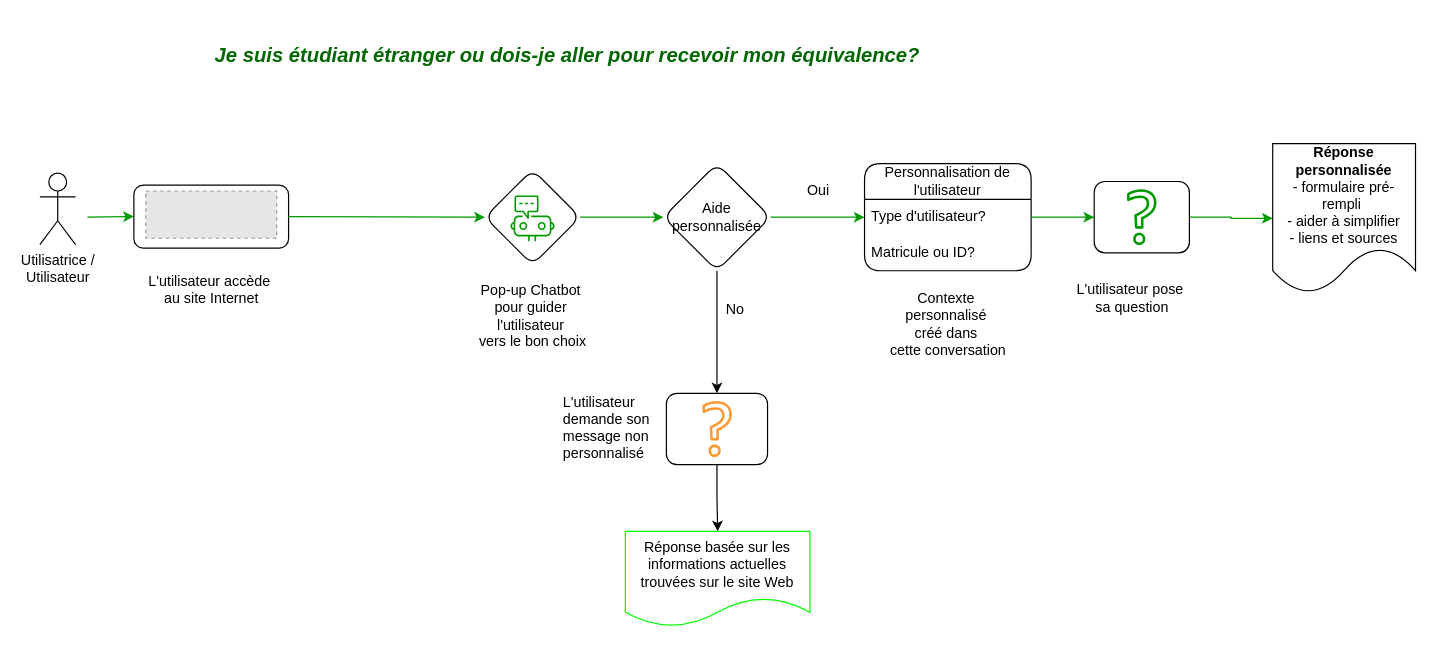
The draw.io diagram user-flow-as-is.drawio in developerforgood/hacknwow, before the edit. Source tidied: cells renumbered, new cells numbered last; positions are measured from the earlier drawing's top-left corner, leaving out a move shared by most shapes. Both pictures are drawn from the tidied source at 119%, with x=0, y=0 at pixel (39, 20). Pictures stored in the file or linked from it are replaced by grey dashed boxes.
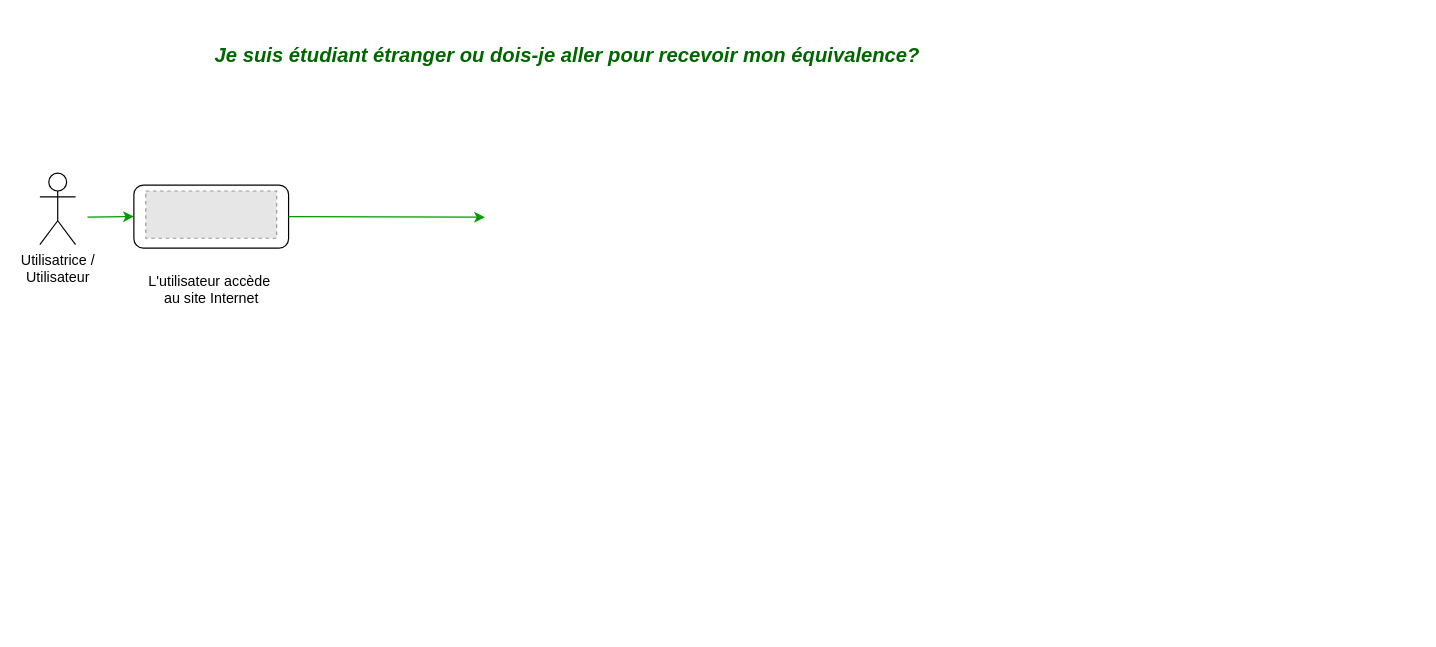
Above is the later version.

The change refers to these unchanged cells:
```xml
<mxCell id="4" value="Site Web" style="rounded=1;whiteSpace=wrap;html=1;labelBackgroundColor=none;" parent="1" vertex="1">
  <mxGeometry x="79" y="138" width="130" height="53" as="geometry" />
</mxCell>
```

Diff of the diagram source:
```diff
@@
-    <mxCell id="7" style="rhombus;whiteSpace=wrap;html=1;rounded=1;labelBackgroundColor=none;" parent="1" vertex="1">
-      <mxGeometry x="374" y="125" width="80" height="80" as="geometry" />
-    </mxCell>
-    <mxCell id="8" style="endArrow=classic;html=1;rounded=0;exitX=1;exitY=0.5;exitDx=0;exitDy=0;entryX=0;entryY=0.5;entryDx=0;entryDy=0;flowAnimation=1;labelBackgroundColor=none;fontColor=default;strokeColor=#009900;" parent="1" edge="1" source="4" target="7">
-      <mxGeometry relative="1" as="geometry" />
+    <mxCell id="8" style="endArrow=classic;html=1;rounded=0;exitX=1;exitY=0.5;exitDx=0;exitDy=0;entryX=0;entryY=0.5;entryDx=0;entryDy=0;flowAnimation=1;labelBackgroundColor=none;fontColor=default;strokeColor=#009900;" parent="1" edge="1" source="4">
+      <mxGeometry relative="1" as="geometry">
+        <mxPoint x="374" y="165" as="targetPoint" />
+      </mxGeometry>
     </mxCell>
-    <mxCell id="9" style="sketch=0;fillColor=none;dashed=0;verticalLabelPosition=bottom;verticalAlign=top;align=center;html=1;fontSize=12;fontStyle=0;shape=mxgraph.aws4.resourceIcon;resIcon=mxgraph.aws4.chatbot;labelBackgroundColor=none;strokeColor=#009900;" parent="1" vertex="1">
-      <mxGeometry x="390" y="142" width="48" height="48" as="geometry" />
-    </mxCell>
-    <mxCell id="10" style="edgeStyle=orthogonalEdgeStyle;rounded=0;jettySize=auto;html=1;exitX=0.5;exitY=1;exitDx=0;exitDy=0;flowAnimation=1;" parent="1" edge="1" source="24" target="22">
-      <mxGeometry relative="1" as="geometry" />
-    </mxCell>
-    <mxCell id="11" value="Pop-up Chatbot&amp;nbsp;&lt;div&gt;pour guider&amp;nbsp;&lt;div&gt;l'utilisateur&amp;nbsp;&lt;/div&gt;&lt;div&gt;vers le bon choix&lt;/div&gt;&lt;/div&gt;" style="text;html=1;align=center;verticalAlign=middle;strokeColor=none;fillColor=none;" parent="1" vertex="1">
-      <mxGeometry x="359" y="213" width="110" height="70" as="geometry" />
-    </mxCell>
-    <mxCell id="12" value="Personnalisation de l'utilisateur" style="swimlane;fontStyle=0;horizontal=1;startSize=30;whiteSpace=wrap;html=1;rounded=1;" parent="1" vertex="1">
-      <mxGeometry x="693" y="120" width="140" height="90" as="geometry" />
-    </mxCell>
-    <mxCell id="13" value="Type d'utilisateur?" style="text;strokeColor=none;fillColor=none;align=left;verticalAlign=middle;spacingLeft=4;spacingRight=4;overflow=hidden;points=[[0,0.5],[1,0.5]];portConstraint=eastwest;whiteSpace=wrap;html=1;" parent="12" vertex="1">
-      <mxGeometry y="30" width="140" height="30" as="geometry" />
-    </mxCell>
-    <mxCell id="14" value="Matricule ou ID?" style="text;strokeColor=none;fillColor=none;align=left;verticalAlign=middle;spacingLeft=4;spacingRight=4;overflow=hidden;whiteSpace=wrap;html=1;" parent="12" vertex="1">
-      <mxGeometry y="60" width="140" height="30" as="geometry" />
-    </mxCell>
-    <mxCell id="15" style="endArrow=classic;html=1;rounded=0;entryX=0;entryY=0.5;entryDx=0;entryDy=0;flowAnimation=1;exitX=1;exitY=0.5;exitDx=0;exitDy=0;strokeColor=#009900;" parent="1" edge="1" source="24" target="13">
-      <mxGeometry relative="1" as="geometry" />
-    </mxCell>
-    <mxCell id="16" value="Contexte&amp;nbsp;&lt;div&gt;personnalisé&amp;nbsp;&lt;div&gt;créé dans&amp;nbsp;&lt;/div&gt;&lt;div&gt;&lt;span style=&quot;background-color: initial;&quot;&gt;cette conversation&lt;/span&gt;&lt;/div&gt;&lt;/div&gt;" style="text;html=1;align=center;verticalAlign=middle;strokeColor=none;fillColor=none;" parent="1" vertex="1">
-      <mxGeometry x="703" y="220" width="120" height="70" as="geometry" />
-    </mxCell>
-    <mxCell id="17" style="endArrow=classic;html=1;rounded=0;flowAnimation=1;entryX=0;entryY=0.5;entryDx=0;entryDy=0;strokeColor=#009900;exitX=1;exitY=0.5;exitDx=0;exitDy=0;" parent="1" edge="1" source="13" target="19">
-      <mxGeometry relative="1" as="geometry" />
-    </mxCell>
-    <mxCell id="18" style="edgeStyle=orthogonalEdgeStyle;rounded=0;jettySize=auto;html=1;flowAnimation=1;strokeColor=#009900;" parent="1" edge="1" source="19" target="29">
-      <mxGeometry relative="1" as="geometry" />
-    </mxCell>
-    <mxCell id="19" style="rounded=1;whiteSpace=wrap;html=1;" parent="1" vertex="1">
-      <mxGeometry x="886" y="135" width="80" height="60" as="geometry" />
-    </mxCell>
-    <mxCell id="20" style="sketch=0;fontColor=#232F3E;gradientColor=none;fillColor=#009900;strokeColor=none;dashed=0;verticalLabelPosition=bottom;verticalAlign=top;align=center;html=1;fontSize=12;fontStyle=0;shape=mxgraph.aws4.question;" parent="1" vertex="1">
-      <mxGeometry x="913.6" y="141.5" width="24.7" height="47" as="geometry" />
-    </mxCell>
-    <mxCell id="21" style="edgeStyle=orthogonalEdgeStyle;rounded=0;jettySize=auto;html=1;flowAnimation=1;" parent="1" edge="1" source="22" target="30">
-      <mxGeometry relative="1" as="geometry" />
-    </mxCell>
-    <mxCell id="22" style="whiteSpace=wrap;html=1;rounded=1;" parent="1" vertex="1">
-      <mxGeometry x="526.5" y="313" width="85" height="60" as="geometry" />
-    </mxCell>
-    <mxCell id="23" style="endArrow=classic;html=1;rounded=0;flowAnimation=1;entryX=0;entryY=0.5;entryDx=0;entryDy=0;exitX=1;exitY=0.5;exitDx=0;exitDy=0;strokeColor=#009900;" parent="1" edge="1" source="7" target="24">
-      <mxGeometry relative="1" as="geometry" />
-    </mxCell>
-    <mxCell id="24" value="Aide personnalisée" style="rhombus;whiteSpace=wrap;html=1;rounded=1;" parent="1" vertex="1">
-      <mxGeometry x="524" y="120" width="90" height="90" as="geometry" />
-    </mxCell>
-    <mxCell id="25" value="No" style="text;html=1;align=center;verticalAlign=middle;strokeColor=none;fillColor=none;" parent="1" vertex="1">
-      <mxGeometry x="564" y="228" width="40" height="30" as="geometry" />
-    </mxCell>
-    <mxCell id="26" value="Oui" style="text;html=1;align=center;verticalAlign=middle;strokeColor=none;fillColor=none;" parent="1" vertex="1">
-      <mxGeometry x="634" y="128" width="40" height="30" as="geometry" />
-    </mxCell>
-    <mxCell id="27" style="sketch=0;fontColor=#232F3E;gradientColor=none;fillColor=#FF9933;strokeColor=none;dashed=0;verticalLabelPosition=bottom;verticalAlign=top;align=center;html=1;fontSize=12;fontStyle=0;shape=mxgraph.aws4.question;" parent="1" vertex="1">
-      <mxGeometry x="556.8" y="319.5" width="24.7" height="47" as="geometry" />
-    </mxCell>
-    <mxCell id="28" value="L'utilisateur demande son message non personnalisé" style="text;whiteSpace=wrap;" parent="1" vertex="1">
-      <mxGeometry x="438" y="306.5" width="80" height="40" as="geometry" />
-    </mxCell>
-    <mxCell id="29" value="&lt;b&gt;Réponse personnalisée&lt;/b&gt;&lt;div&gt;- formulaire pré-rempli&amp;nbsp;&lt;/div&gt;&lt;div&gt;- aider à simplifier&lt;/div&gt;&lt;div&gt;- liens et sources&lt;/div&gt;" style="shape=document;whiteSpace=wrap;html=1;boundedLbl=1;" parent="1" vertex="1">
-      <mxGeometry x="1036" y="103.2" width="120" height="125.5" as="geometry" />
-    </mxCell>
-    <mxCell id="30" value="Réponse basée sur les informations actuelles trouvées sur le site Web" style="shape=document;whiteSpace=wrap;html=1;boundedLbl=1;strokeColor=#00FF00;" parent="1" vertex="1">
-      <mxGeometry x="492" y="429" width="155.1" height="80" as="geometry" />
-    </mxCell>
-    <mxCell id="31" value="L'utilisateur pose&lt;div&gt;&amp;nbsp;sa question&lt;/div&gt;" style="text;html=1;align=center;verticalAlign=middle;strokeColor=none;fillColor=none;" parent="1" vertex="1">
-      <mxGeometry x="861" y="213" width="110" height="40" as="geometry" />
-    </mxCell>
```
